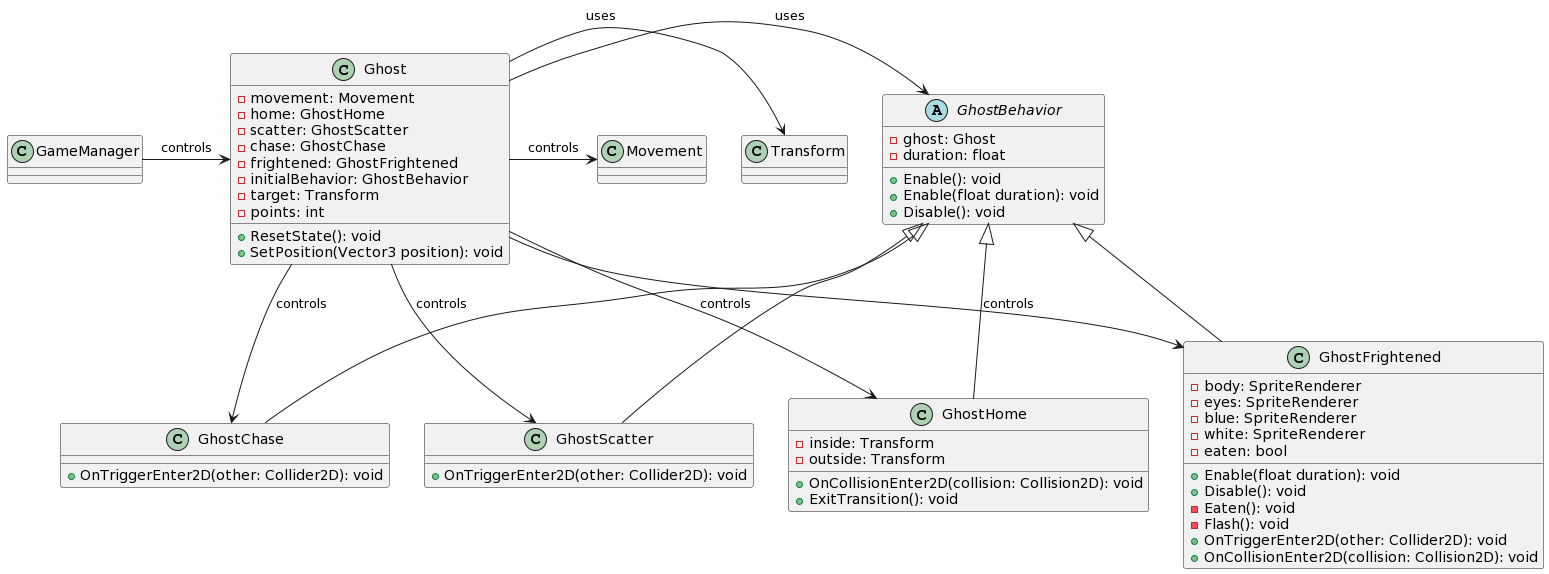
Earlier version of the PlantUML export Pictures/Ghost_Class.png (Mokmokhi/Pacman).
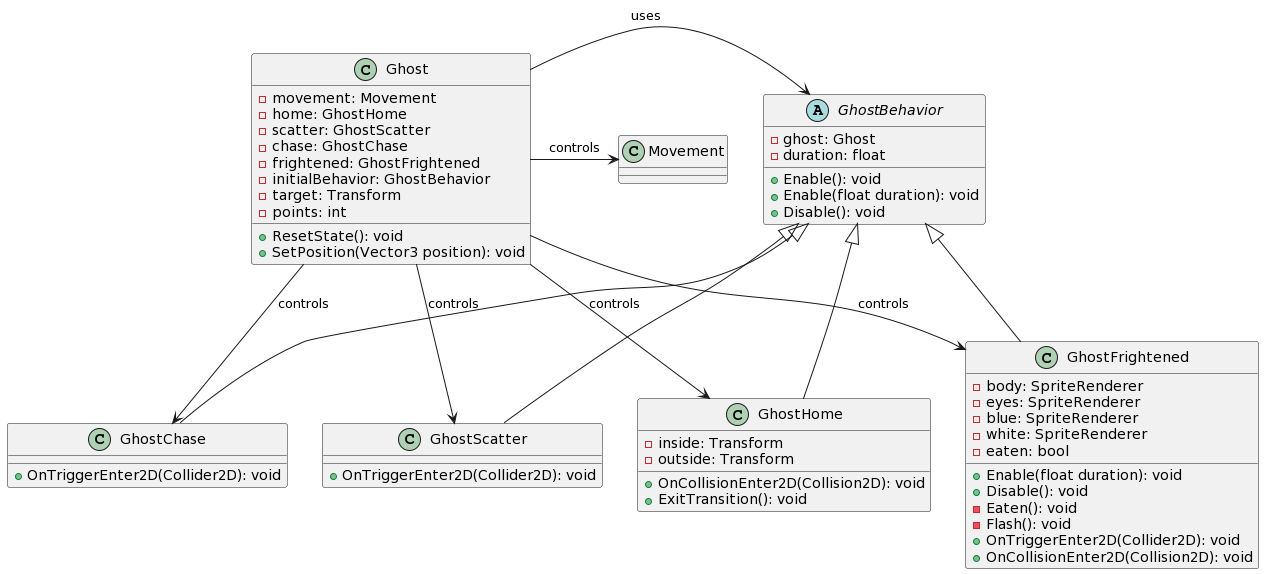
After the change.

Commit message:
changed ghost class uml

Change to the diagram source:
```diff
@@ -21,7 +21,7 @@
 }
 
 class GhostChase {
-  + OnTriggerEnter2D(other: Collider2D): void
+  + OnTriggerEnter2D(Collider2D): void
 }
 
 class GhostFrightened {
@@ -34,23 +34,20 @@
   + Disable(): void
   - Eaten(): void
   - Flash(): void
-  + OnTriggerEnter2D(other: Collider2D): void
-  + OnCollisionEnter2D(collision: Collision2D): void
+  + OnTriggerEnter2D(Collider2D): void
+  + OnCollisionEnter2D(Collision2D): void
 }
 
 class GhostHome {
   - inside: Transform
   - outside: Transform
-  + OnCollisionEnter2D(collision: Collision2D): void
+  + OnCollisionEnter2D(Collision2D): void
   + ExitTransition(): void
 }
 
 class GhostScatter {
-  + OnTriggerEnter2D(other: Collider2D): void
+  + OnTriggerEnter2D(Collider2D): void
 }
-
-
-GameManager -> Ghost : controls
 
 Ghost -> Movement : controls
 Ghost -> GhostHome : controls
@@ -58,7 +55,6 @@
 Ghost -> GhostChase : controls
 Ghost -> GhostFrightened : controls
 Ghost -> GhostBehavior : uses
-Ghost -> Transform : uses
 
 GhostBehavior <|-- GhostHome
 GhostBehavior <|-- GhostScatter
```
